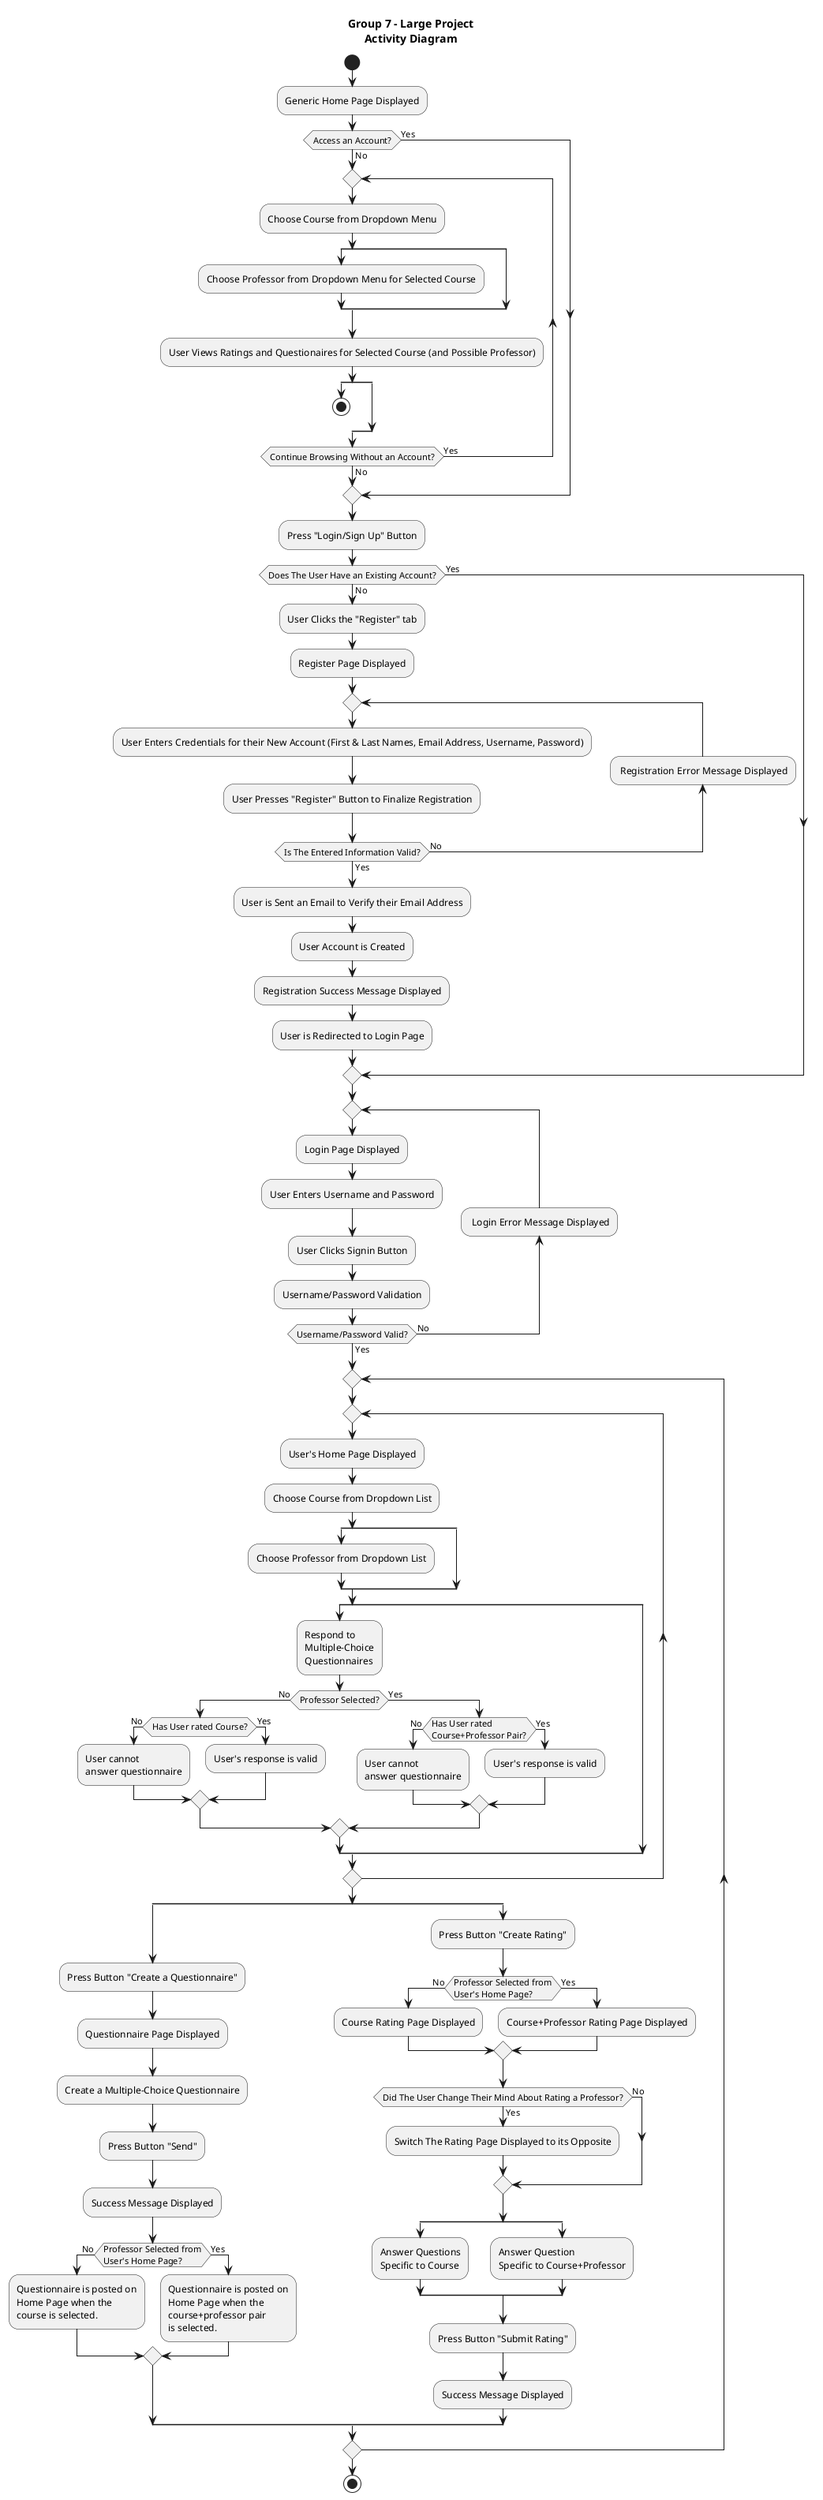
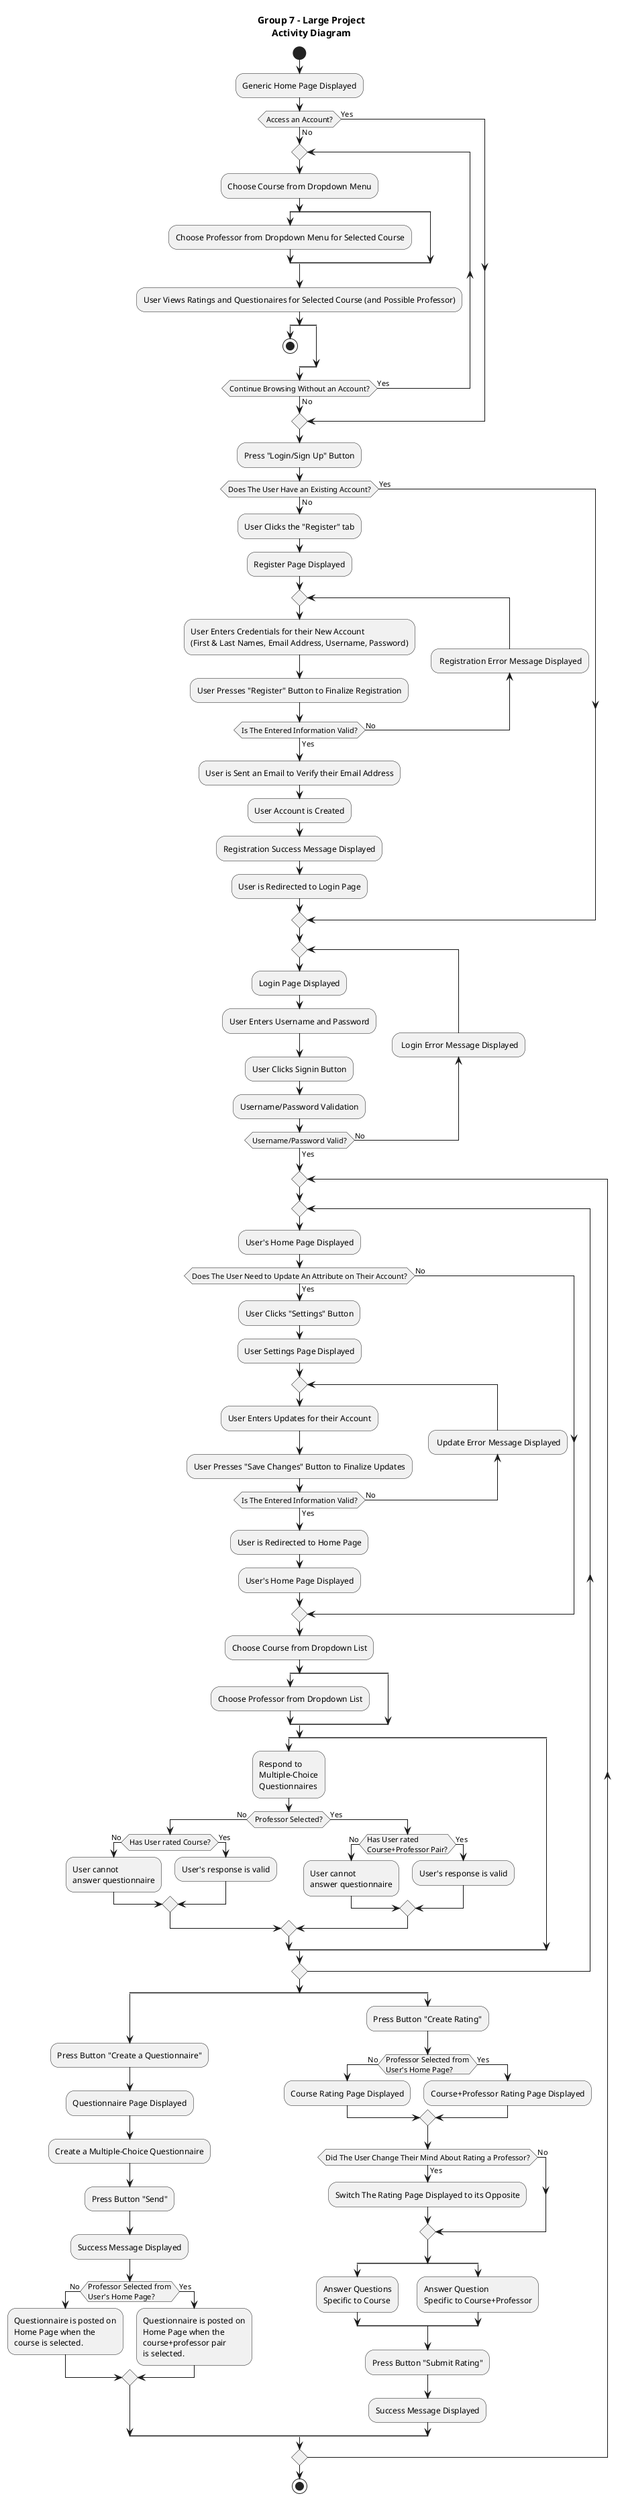
@startuml
title Group 7 - Large Project\nActivity Diagram

start

:Generic Home Page Displayed;

if (Access an Account?) then (No)

  repeat
    :Choose Course from Dropdown Menu;
    split
      :Choose Professor from Dropdown Menu for Selected Course;
    split again
    end split
    :User Views Ratings and Questionaires for Selected Course (and Possible Professor);
    split
      stop
    split again
    end split
  repeat while (Continue Browsing Without an Account?) is (Yes) not (No)

else (Yes)

endif

:Press "Login/Sign Up" Button;

if(Does The User Have an Existing Account?) then (No)
  :User Clicks the "Register" tab;
  :Register Page Displayed;
  repeat
-   :User Enters Credentials for their New Account (First & Last Names, Email Address, Username, Password);
-   :User Presses "Register" Button to Finalize Registration;
+     :User Enters Credentials for their New Account\n(First & Last Names, Email Address, Username, Password);
+     :User Presses "Register" Button to Finalize Registration;


    backward: Registration Error Message Displayed;

  repeat while (Is The Entered Information Valid?) is (No) not (Yes)

  :User is Sent an Email to Verify their Email Address;
  :User Account is Created;
  :Registration Success Message Displayed;
  :User is Redirected to Login Page;

else (Yes)

endif

repeat
  :Login Page Displayed;
  :User Enters Username and Password;
  :User Clicks Signin Button;
  :Username/Password Validation;
  backward: Login Error Message Displayed;
repeat while (Username/Password Valid?) is (No) not (Yes)

repeat
  repeat
    :User's Home Page Displayed;
+     if(Does The User Need to Update An Attribute on Their Account?) is (Yes) then
+       :User Clicks "Settings" Button;
+       :User Settings Page Displayed;
+ 
+       repeat
+         :User Enters Updates for their Account;
+         :User Presses "Save Changes" Button to Finalize Updates;
+         backward: Update Error Message Displayed;
+ 
+       repeat while (Is The Entered Information Valid?) is (No) not (Yes)
+ 
+       :User is Redirected to Home Page;
+       :User's Home Page Displayed;
+ 
+     else (No)
+ 
+     endif
+ 
    :Choose Course from Dropdown List;
    split
      :Choose Professor from Dropdown List;
    split again
    end split
    split
      :Respond to\nMultiple-Choice\nQuestionnaires;
      if (Professor Selected?) is (No) then
        if(Has User rated Course?) is (No) then
          :User cannot\nanswer questionnaire;
        else (Yes)
          :User's response is valid;
        endif
      else (Yes)
        if (Has User rated\nCourse+Professor Pair?) is (No) then
          :User cannot\nanswer questionnaire;
        else (Yes)
          :User's response is valid;
        endif
      endif
    split again
    end split
  repeat while ()
  split
    :Press Button "Create a Questionnaire";
    :Questionnaire Page Displayed;
    :Create a Multiple-Choice Questionnaire;
    :Press Button "Send";
    :Success Message Displayed;

    if (Professor Selected from\nUser's Home Page?) is (No) then
      :Questionnaire is posted on
      Home Page when the
      course is selected.;
    else (Yes)
      :Questionnaire is posted on
      Home Page when the
      course+professor pair
      is selected.;
    endif
  split again
    :Press Button "Create Rating";
    if (Professor Selected from\nUser's Home Page?) is (No) then
      :Course Rating Page Displayed;
    else (Yes)
      :Course+Professor Rating Page Displayed;
    endif

    if(Did The User Change Their Mind About Rating a Professor?) is (Yes) then
      :Switch The Rating Page Displayed to its Opposite;

    else (No)

    endif

    split
      :Answer Questions\nSpecific to Course;
    split again
      :Answer Question\nSpecific to Course+Professor;
    end split
    :Press Button "Submit Rating";
    :Success Message Displayed;
  end split
repeat while ()

stop

@enduml